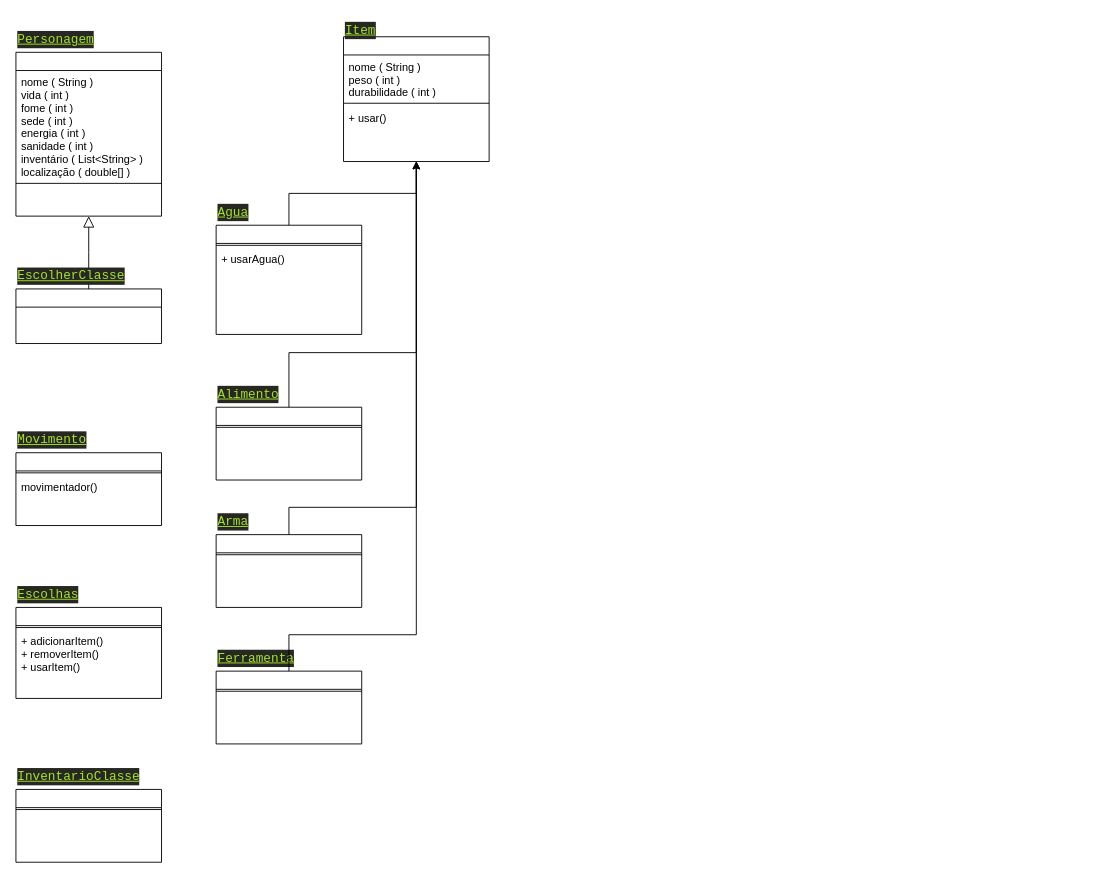
Above: projetoUF/Diagrama.drawio in mercenaryjohn/ProjetoUF (draw.io), before the change. Source tidied: cells renumbered, new cells numbered last; positions are measured from the earlier drawing's top-left corner, leaving out a move shared by most shapes. Both pictures are drawn from the tidied source at 91%, with x=0, y=0 at pixel (15, 15).
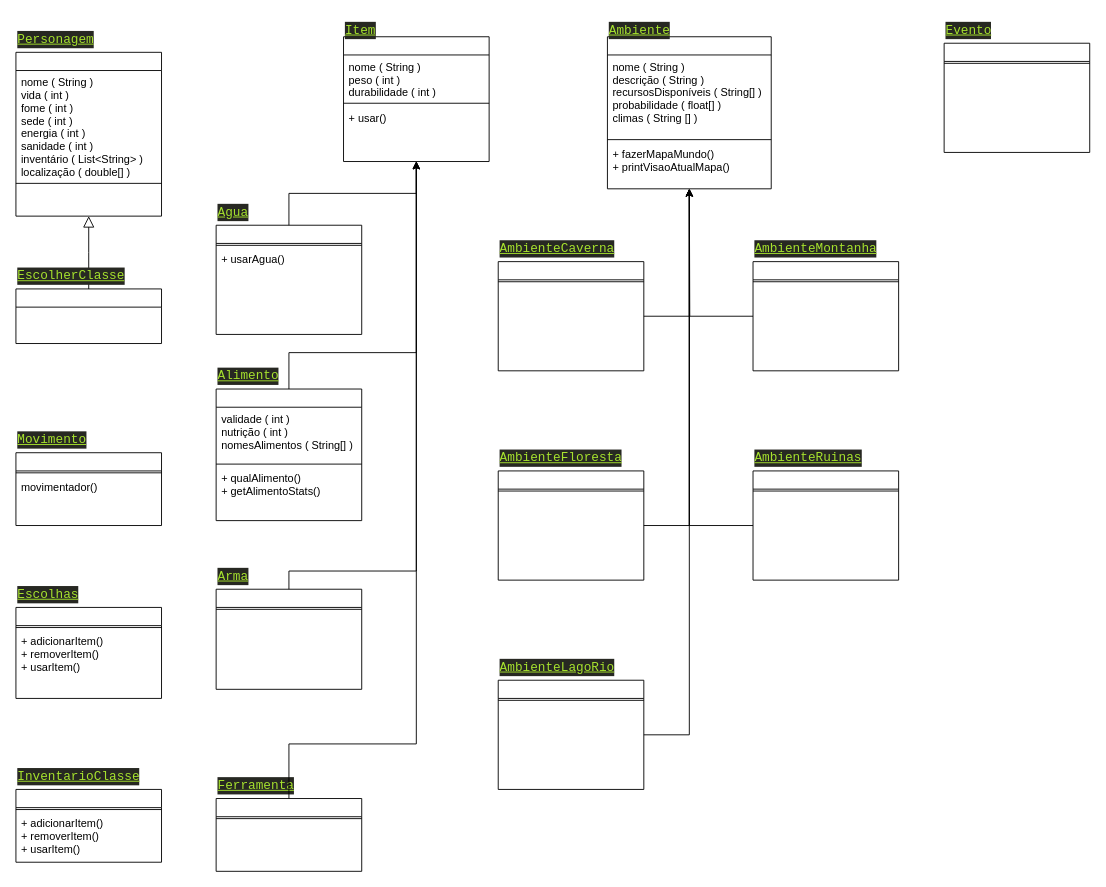
The same diagram, later.

The change refers to these unchanged cells:
```xml
<mxCell id="12" style="swimlane;fontStyle=2;align=center;verticalAlign=top;horizontal=1;startSize=20;rounded=0;shadow=0;strokeWidth=1;" parent="11" vertex="1">
  <mxGeometry y="22.9" width="160" height="137.1" as="geometry" />
</mxCell>
<mxCell id="44" style="swimlane;fontStyle=2;align=center;verticalAlign=top;horizontal=1;startSize=20;rounded=0;shadow=0;strokeWidth=1;" parent="43" vertex="1">
  <mxGeometry y="30" width="160" height="80" as="geometry" />
</mxCell>
<mxCell id="49" style="swimlane;fontStyle=2;align=center;verticalAlign=top;horizontal=1;startSize=20;rounded=0;shadow=0;strokeWidth=1;" parent="48" vertex="1">
  <mxGeometry y="30" width="160" height="80" as="geometry" />
</mxCell>
```

Change to the diagram source:
```diff
@@
     <mxCell id="33" style="group;" parent="1" vertex="1">
-      <mxGeometry x="220" y="400" width="160" height="110" as="geometry" />
+      <mxGeometry x="220" y="380" width="160" height="190" as="geometry" />
     </mxCell>
     <mxCell id="34" style="swimlane;fontStyle=2;align=center;verticalAlign=top;horizontal=1;startSize=20;rounded=0;shadow=0;strokeWidth=1;" parent="33" vertex="1">
-      <mxGeometry y="30" width="160" height="80" as="geometry" />
+      <mxGeometry y="30" width="160" height="144.6" as="geometry" />
     </mxCell>
+    <mxCell id="52" value="validade ( int )&#10;nutrição ( int )&#10;nomesAlimentos ( String[] )" style="text;align=left;verticalAlign=top;spacingLeft=4;spacingRight=4;overflow=hidden;" parent="34" vertex="1">
+      <mxGeometry y="20" width="160" height="60" as="geometry" />
+    </mxCell>
     <mxCell id="35" style="line;html=1;strokeWidth=1;align=left;verticalAlign=middle;spacingTop=-1;spacingLeft=3;spacingRight=3;labelPosition=right;" parent="34" vertex="1">
-      <mxGeometry y="20" width="160" height="4.2" as="geometry" />
+      <mxGeometry y="80" width="160" height="5" as="geometry" />
     </mxCell>
+    <mxCell id="53" value="+ qualAlimento()&#10;+ getAlimentoStats()" style="text;align=left;verticalAlign=top;spacingLeft=4;spacingRight=4;overflow=hidden;" parent="34" vertex="1">
+      <mxGeometry y="85" width="160" height="40" as="geometry" />
+    </mxCell>
     <mxCell id="36" value="&lt;div style=&quot;background-color: rgb(39, 40, 34); font-family: Consolas, &amp;quot;Courier New&amp;quot;, monospace; font-weight: normal; font-size: 14px; line-height: 19px; white-space: pre; color: rgb(248, 248, 242);&quot;&gt;&lt;font color=&quot;#a6e22e&quot;&gt;&lt;u&gt;Alimento&lt;/u&gt;&lt;/font&gt;&lt;/div&gt;" style="text;whiteSpace=wrap;html=1;" parent="33" vertex="1">
-      <mxGeometry width="80" height="15.7" as="geometry" />
+      <mxGeometry width="80" height="18.6" as="geometry" />
     </mxCell>
@@
     <mxCell id="38" style="group;" parent="1" vertex="1">
-      <mxGeometry x="220" y="540" width="160" height="110" as="geometry" />
+      <mxGeometry x="220" y="600" width="160" height="140" as="geometry" />
     </mxCell>
     <mxCell id="39" style="swimlane;fontStyle=2;align=center;verticalAlign=top;horizontal=1;startSize=20;rounded=0;shadow=0;strokeWidth=1;" parent="38" vertex="1">
-      <mxGeometry y="30" width="160" height="80" as="geometry" />
+      <mxGeometry y="30" width="160" height="110" as="geometry" />
     </mxCell>
@@
-    <mxCell id="42" style="edgeStyle=orthogonalEdgeStyle;rounded=0;jettySize=auto;html=1;exitX=0.5;exitY=0;exitDx=0;exitDy=0;entryX=0.5;entryY=1;entryDx=0;entryDy=0;" parent="1" edge="1" source="39" target="12">
+    <mxCell id="42" style="edgeStyle=orthogonalEdgeStyle;rounded=0;jettySize=auto;html=1;entryX=0.5;entryY=1;entryDx=0;entryDy=0;" parent="1" edge="1" target="12">
       <mxGeometry relative="1" as="geometry">
+        <mxPoint x="300" y="630" as="sourcePoint" />
         <Array as="points">
-          <mxPoint x="300" y="540" />
-          <mxPoint x="440" y="540" />
+          <mxPoint x="300" y="610" />
+          <mxPoint x="440" y="610" />
         </Array>
       </mxGeometry>
     </mxCell>
     <mxCell id="43" style="group;" parent="1" vertex="1">
-      <mxGeometry x="220" y="690" width="160" height="110" as="geometry" />
+      <mxGeometry x="220" y="830" width="160" height="110" as="geometry" />
     </mxCell>
@@
     <mxCell id="47" style="edgeStyle=orthogonalEdgeStyle;rounded=0;jettySize=auto;html=1;exitX=0.5;exitY=0;exitDx=0;exitDy=0;entryX=0.5;entryY=1;entryDx=0;entryDy=0;" parent="1" edge="1" source="44" target="12">
       <mxGeometry relative="1" as="geometry">
         <Array as="points">
-          <mxPoint x="300" y="680" />
-          <mxPoint x="440" y="680" />
+          <mxPoint x="300" y="800" />
+          <mxPoint x="440" y="800" />
         </Array>
       </mxGeometry>
     </mxCell>
@@
+    <mxCell id="54" value="+ adicionarItem()&#10;+ removerItem()&#10;+ usarItem()" style="text;align=left;verticalAlign=top;spacingLeft=4;spacingRight=4;overflow=hidden;" parent="49" vertex="1">
+      <mxGeometry y="24.2" width="160" height="55.8" as="geometry" />
+    </mxCell>
@@
+    <mxCell id="55" style="group;" parent="1" vertex="1">
+      <mxGeometry x="650" width="180" height="190" as="geometry" />
+    </mxCell>
+    <mxCell id="56" style="swimlane;fontStyle=2;align=center;verticalAlign=top;horizontal=1;startSize=20;rounded=0;shadow=0;strokeWidth=1;" parent="55" vertex="1">
+      <mxGeometry y="22.9" width="180" height="167.1" as="geometry" />
+    </mxCell>
+    <mxCell id="57" value="nome ( String )&#10;descrição ( String )&#10;recursosDisponíveis ( String[] )&#10;probabilidade ( float[] )&#10;climas ( String [] )" style="text;align=left;verticalAlign=top;spacingLeft=4;spacingRight=4;overflow=hidden;" parent="56" vertex="1">
+      <mxGeometry y="20" width="180" height="90" as="geometry" />
+    </mxCell>
+    <mxCell id="58" style="line;html=1;strokeWidth=1;align=left;verticalAlign=middle;spacingTop=-1;spacingLeft=3;spacingRight=3;labelPosition=right;" parent="56" vertex="1">
+      <mxGeometry y="110" width="180" height="6.1" as="geometry" />
+    </mxCell>
+    <mxCell id="59" value="+ fazerMapaMundo()&#10;+ printVisaoAtualMapa()" style="text;align=left;verticalAlign=top;spacingLeft=4;spacingRight=4;overflow=hidden;" parent="56" vertex="1">
+      <mxGeometry y="116.1" width="180" height="38.1" as="geometry" />
+    </mxCell>
+    <mxCell id="60" value="&lt;div style=&quot;color: #f8f8f2;background-color: #272822;font-family: Consolas, 'Courier New', monospace;font-weight: normal;font-size: 14px;line-height: 19px;white-space: pre;&quot;&gt;&lt;div&gt;&lt;span style=&quot;color: #a6e22e;text-decoration: underline;&quot;&gt;Ambiente&lt;/span&gt;&lt;/div&gt;&lt;/div&gt;" style="text;whiteSpace=wrap;html=1;" parent="55" vertex="1">
+      <mxGeometry width="80" height="22.9" as="geometry" />
+    </mxCell>
+    <mxCell id="61" style="group;" parent="1" vertex="1">
+      <mxGeometry x="530" y="240" width="160" height="150" as="geometry" />
+    </mxCell>
+    <mxCell id="62" style="swimlane;fontStyle=2;align=center;verticalAlign=top;horizontal=1;startSize=20;rounded=0;shadow=0;strokeWidth=1;" parent="61" vertex="1">
+      <mxGeometry y="30" width="160" height="120" as="geometry" />
+    </mxCell>
+    <mxCell id="63" style="line;html=1;strokeWidth=1;align=left;verticalAlign=middle;spacingTop=-1;spacingLeft=3;spacingRight=3;labelPosition=right;" parent="62" vertex="1">
+      <mxGeometry y="20" width="160" height="4.2" as="geometry" />
+    </mxCell>
+    <mxCell id="64" value="&lt;div style=&quot;color: #f8f8f2;background-color: #272822;font-family: Consolas, 'Courier New', monospace;font-weight: normal;font-size: 14px;line-height: 19px;white-space: pre;&quot;&gt;&lt;div&gt;&lt;span style=&quot;color: #a6e22e;text-decoration: underline;&quot;&gt;AmbienteCaverna&lt;/span&gt;&lt;/div&gt;&lt;/div&gt;" style="text;whiteSpace=wrap;html=1;" parent="61" vertex="1">
+      <mxGeometry width="130" height="30" as="geometry" />
+    </mxCell>
+    <mxCell id="65" style="group;" parent="1" vertex="1">
+      <mxGeometry x="530" y="700" width="160" height="150" as="geometry" />
+    </mxCell>
+    <mxCell id="66" style="swimlane;fontStyle=2;align=center;verticalAlign=top;horizontal=1;startSize=20;rounded=0;shadow=0;strokeWidth=1;" parent="65" vertex="1">
+      <mxGeometry y="30" width="160" height="120" as="geometry" />
+    </mxCell>
+    <mxCell id="67" style="line;html=1;strokeWidth=1;align=left;verticalAlign=middle;spacingTop=-1;spacingLeft=3;spacingRight=3;labelPosition=right;" parent="66" vertex="1">
+      <mxGeometry y="20" width="160" height="4.2" as="geometry" />
+    </mxCell>
+    <mxCell id="68" value="&lt;div style=&quot;color: #f8f8f2;background-color: #272822;font-family: Consolas, 'Courier New', monospace;font-weight: normal;font-size: 14px;line-height: 19px;white-space: pre;&quot;&gt;&lt;div&gt;&lt;span style=&quot;color: #a6e22e;text-decoration: underline;&quot;&gt;AmbienteLagoRio&lt;/span&gt;&lt;/div&gt;&lt;/div&gt;" style="text;whiteSpace=wrap;html=1;" parent="65" vertex="1">
+      <mxGeometry width="120" height="30" as="geometry" />
+    </mxCell>
+    <mxCell id="69" style="group;" parent="1" vertex="1">
+      <mxGeometry x="530" y="470" width="160" height="150" as="geometry" />
+    </mxCell>
+    <mxCell id="70" style="swimlane;fontStyle=2;align=center;verticalAlign=top;horizontal=1;startSize=20;rounded=0;shadow=0;strokeWidth=1;" parent="69" vertex="1">
+      <mxGeometry y="30" width="160" height="120" as="geometry" />
+    </mxCell>
+    <mxCell id="71" style="line;html=1;strokeWidth=1;align=left;verticalAlign=middle;spacingTop=-1;spacingLeft=3;spacingRight=3;labelPosition=right;" parent="70" vertex="1">
+      <mxGeometry y="20" width="160" height="4.2" as="geometry" />
+    </mxCell>
+    <mxCell id="72" value="&lt;div style=&quot;color: #f8f8f2;background-color: #272822;font-family: Consolas, 'Courier New', monospace;font-weight: normal;font-size: 14px;line-height: 19px;white-space: pre;&quot;&gt;&lt;div&gt;&lt;span style=&quot;color: #a6e22e;text-decoration: underline;&quot;&gt;AmbienteFloresta&lt;/span&gt;&lt;/div&gt;&lt;/div&gt;" style="text;whiteSpace=wrap;html=1;" parent="69" vertex="1">
+      <mxGeometry width="130" height="30" as="geometry" />
+    </mxCell>
+    <mxCell id="73" style="group;" parent="1" vertex="1">
+      <mxGeometry x="810" y="240" width="160" height="150" as="geometry" />
+    </mxCell>
+    <mxCell id="74" style="edgeStyle=orthogonalEdgeStyle;rounded=0;jettySize=auto;html=1;exitX=0;exitY=0.5;exitDx=0;exitDy=0;" parent="73" edge="1" source="75">
+      <mxGeometry relative="1" as="geometry">
+        <mxPoint x="-70" y="-50" as="targetPoint" />
+      </mxGeometry>
+    </mxCell>
+    <mxCell id="75" style="swimlane;fontStyle=2;align=center;verticalAlign=top;horizontal=1;startSize=20;rounded=0;shadow=0;strokeWidth=1;" parent="73" vertex="1">
+      <mxGeometry y="30" width="160" height="120" as="geometry" />
+    </mxCell>
+    <mxCell id="76" style="line;html=1;strokeWidth=1;align=left;verticalAlign=middle;spacingTop=-1;spacingLeft=3;spacingRight=3;labelPosition=right;" parent="75" vertex="1">
+      <mxGeometry y="20" width="160" height="4.2" as="geometry" />
+    </mxCell>
+    <mxCell id="77" value="&lt;div style=&quot;color: #f8f8f2;background-color: #272822;font-family: Consolas, 'Courier New', monospace;font-weight: normal;font-size: 14px;line-height: 19px;white-space: pre;&quot;&gt;&lt;div&gt;&lt;span style=&quot;color: #a6e22e;text-decoration: underline;&quot;&gt;AmbienteMontanha&lt;/span&gt;&lt;/div&gt;&lt;/div&gt;" style="text;whiteSpace=wrap;html=1;" parent="73" vertex="1">
+      <mxGeometry width="130" height="30" as="geometry" />
+    </mxCell>
+    <mxCell id="78" style="group;" parent="1" vertex="1">
+      <mxGeometry x="810" y="470" width="160" height="150" as="geometry" />
+    </mxCell>
+    <mxCell id="79" style="swimlane;fontStyle=2;align=center;verticalAlign=top;horizontal=1;startSize=20;rounded=0;shadow=0;strokeWidth=1;" parent="78" vertex="1">
+      <mxGeometry y="30" width="160" height="120" as="geometry" />
+    </mxCell>
+    <mxCell id="80" style="line;html=1;strokeWidth=1;align=left;verticalAlign=middle;spacingTop=-1;spacingLeft=3;spacingRight=3;labelPosition=right;" parent="79" vertex="1">
+      <mxGeometry y="20" width="160" height="4.2" as="geometry" />
+    </mxCell>
+    <mxCell id="81" value="&lt;div style=&quot;color: #f8f8f2;background-color: #272822;font-family: Consolas, 'Courier New', monospace;font-weight: normal;font-size: 14px;line-height: 19px;white-space: pre;&quot;&gt;&lt;div&gt;&lt;span style=&quot;color: #a6e22e;text-decoration: underline;&quot;&gt;AmbienteRuinas&lt;/span&gt;&lt;/div&gt;&lt;/div&gt;" style="text;whiteSpace=wrap;html=1;" parent="78" vertex="1">
+      <mxGeometry width="110" height="30" as="geometry" />
+    </mxCell>
+    <mxCell id="82" style="edgeStyle=orthogonalEdgeStyle;rounded=0;jettySize=auto;html=1;exitX=1;exitY=0.5;exitDx=0;exitDy=0;entryX=0.5;entryY=1;entryDx=0;entryDy=0;" parent="1" edge="1" source="62" target="56">
+      <mxGeometry relative="1" as="geometry" />
+    </mxCell>
+    <mxCell id="83" style="edgeStyle=orthogonalEdgeStyle;rounded=0;jettySize=auto;html=1;exitX=0;exitY=0.5;exitDx=0;exitDy=0;entryX=0.5;entryY=1;entryDx=0;entryDy=0;" parent="1" edge="1" source="79" target="56">
+      <mxGeometry relative="1" as="geometry" />
+    </mxCell>
+    <mxCell id="84" style="edgeStyle=orthogonalEdgeStyle;rounded=0;jettySize=auto;html=1;exitX=1;exitY=0.5;exitDx=0;exitDy=0;entryX=0.5;entryY=1;entryDx=0;entryDy=0;" parent="1" edge="1" source="70" target="56">
+      <mxGeometry relative="1" as="geometry" />
+    </mxCell>
+    <mxCell id="85" style="edgeStyle=orthogonalEdgeStyle;rounded=0;jettySize=auto;html=1;exitX=1;exitY=0.5;exitDx=0;exitDy=0;entryX=0.5;entryY=1;entryDx=0;entryDy=0;" parent="1" edge="1" source="66" target="56">
+      <mxGeometry relative="1" as="geometry" />
+    </mxCell>
+    <mxCell id="86" style="group;" parent="1" vertex="1">
+      <mxGeometry x="1020" width="160" height="150" as="geometry" />
+    </mxCell>
+    <mxCell id="87" style="swimlane;fontStyle=2;align=center;verticalAlign=top;horizontal=1;startSize=20;rounded=0;shadow=0;strokeWidth=1;" parent="86" vertex="1">
+      <mxGeometry y="30" width="160" height="120" as="geometry" />
+    </mxCell>
+    <mxCell id="88" style="line;html=1;strokeWidth=1;align=left;verticalAlign=middle;spacingTop=-1;spacingLeft=3;spacingRight=3;labelPosition=right;" parent="87" vertex="1">
+      <mxGeometry y="20" width="160" height="4.2" as="geometry" />
+    </mxCell>
+    <mxCell id="89" value="&lt;div style=&quot;color: #f8f8f2;background-color: #272822;font-family: Consolas, 'Courier New', monospace;font-weight: normal;font-size: 14px;line-height: 19px;white-space: pre;&quot;&gt;&lt;div&gt;&lt;span style=&quot;color: #a6e22e;text-decoration: underline;&quot;&gt;Evento&lt;/span&gt;&lt;/div&gt;&lt;/div&gt;" style="text;whiteSpace=wrap;html=1;" parent="86" vertex="1">
+      <mxGeometry width="130" height="30" as="geometry" />
+    </mxCell>
```
